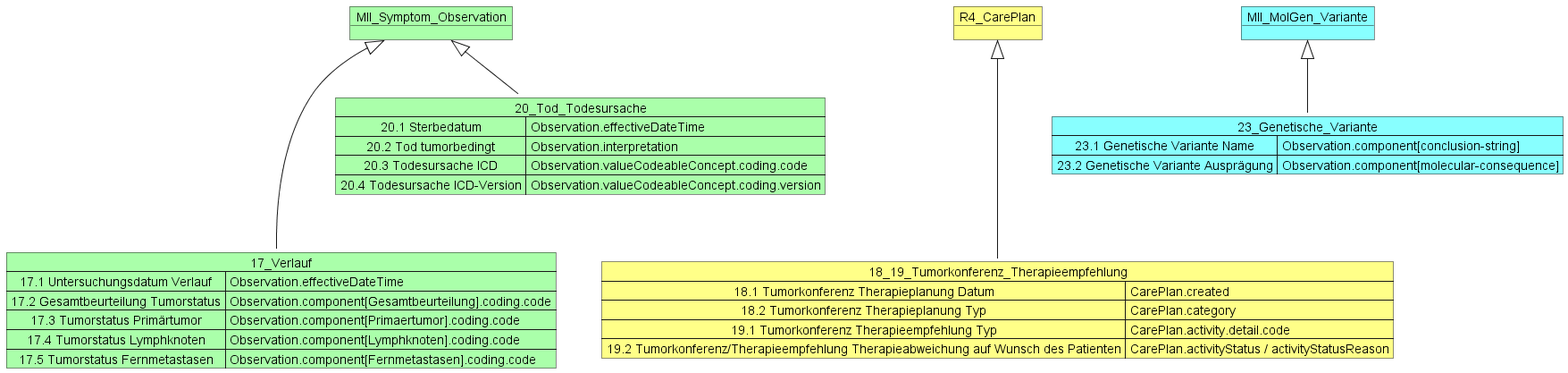
Before: information_model/MII_Onko_17-20_23_Others.png, a diagram exported from PlantUML (medizininformatik-initiative/kerndatensatzmodul-onkologie).
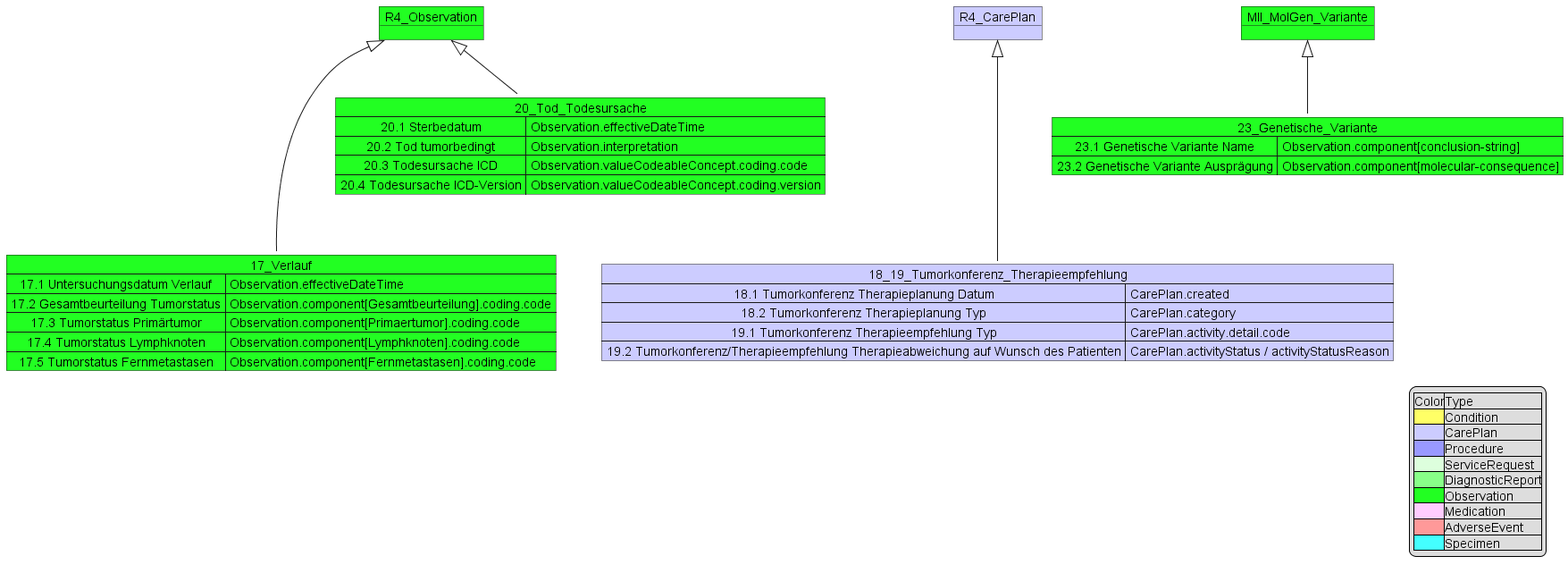
After the change.

The edit, as a diff of the source:
```diff
@@ -1,6 +1,6 @@
-@startuml MII KDS Erweiterungsmodul Onkologie
-object MII_Symptom_Observation #AAFFAA
-Map 17_Verlauf #AAFFAA{
+@startuml 17-20_23_Others
+object R4_Observation #22FF22
+Map 17_Verlauf #22FF22{
     17.1 Untersuchungsdatum Verlauf => Observation.effectiveDateTime
     17.2 Gesamtbeurteilung Tumorstatus => Observation.component[Gesamtbeurteilung].coding.code
     17.3 Tumorstatus Primärtumor => Observation.component[Primaertumor].coding.code
@@ -8,10 +8,10 @@
     17.5 Tumorstatus Fernmetastasen => Observation.component[Fernmetastasen].coding.code
 
 }
-MII_Symptom_Observation <|-down-- 17_Verlauf
+R4_Observation <|-down-- 17_Verlauf
 
-object R4_CarePlan #FFFF88
-Map 18_19_Tumorkonferenz_Therapieempfehlung #FFFF88{
+object R4_CarePlan #CCCCFF
+Map 18_19_Tumorkonferenz_Therapieempfehlung #CCCCFF{
     18.1 Tumorkonferenz Therapieplanung Datum => CarePlan.created
     18.2 Tumorkonferenz Therapieplanung Typ => CarePlan.category
     19.1 Tumorkonferenz Therapieempfehlung Typ => CarePlan.activity.detail.code
@@ -19,22 +19,33 @@
 }
 R4_CarePlan <|-down-- 18_19_Tumorkonferenz_Therapieempfehlung
 
-Map 20_Tod_Todesursache #AAFFAA {
+Map 20_Tod_Todesursache #22FF22 {
  20.1 Sterbedatum => Observation.effectiveDateTime
  20.2 Tod tumorbedingt => Observation.interpretation
  20.3 Todesursache ICD  => Observation.valueCodeableConcept.coding.code
  20.4 Todesursache ICD-Version => Observation.valueCodeableConcept.coding.version
  }
-MII_Symptom_Observation <|-down- 20_Tod_Todesursache
+R4_Observation <|-down- 20_Tod_Todesursache
 
-object MII_MolGen_Variante #88FFFF
-Map 23_Genetische_Variante #88FFFF {
+object MII_MolGen_Variante #22FF22
+Map 23_Genetische_Variante #22FF22 {
     23.1 Genetische Variante Name => Observation.component[conclusion-string]
     23.2 Genetische Variante Ausprägung => Observation.component[molecular-consequence]
 }
 
 MII_MolGen_Variante <|-down- 23_Genetische_Variante
 
-
+legend right
+|Color|Type|
+|<#FFFF66>|Condition|
+|<#CCCCFF>|CarePlan|
+|<#9999FF>|Procedure|
+|<#DDFFDD>|ServiceRequest|
+|<#88FF88>|DiagnosticReport|
+|<#22FF22>|Observation|
+|<#FFCCFF>|Medication|
+|<#FF9999>|AdverseEvent|
+|<#44FFFF>|Specimen|
+endlegend
 
 @enduml
```
